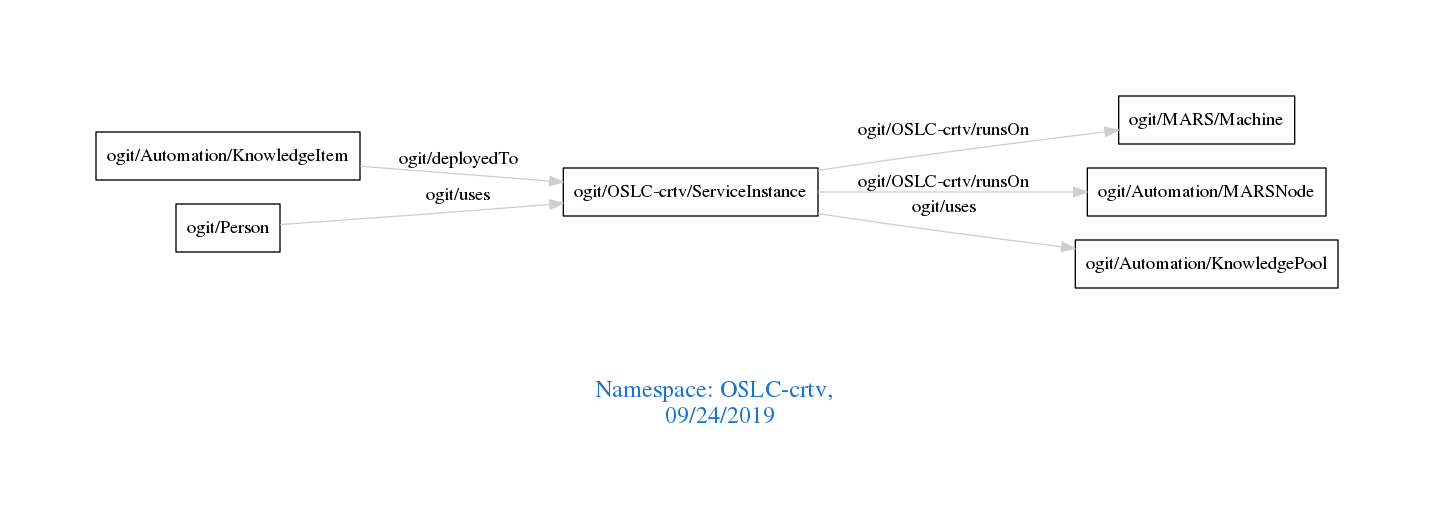
This is downloads/OSLC-crtv.png from arago/OGIT, a Graphviz export, as it was before one commit. Its source is kept beside it as downloads/OSLC-crtv.dot.
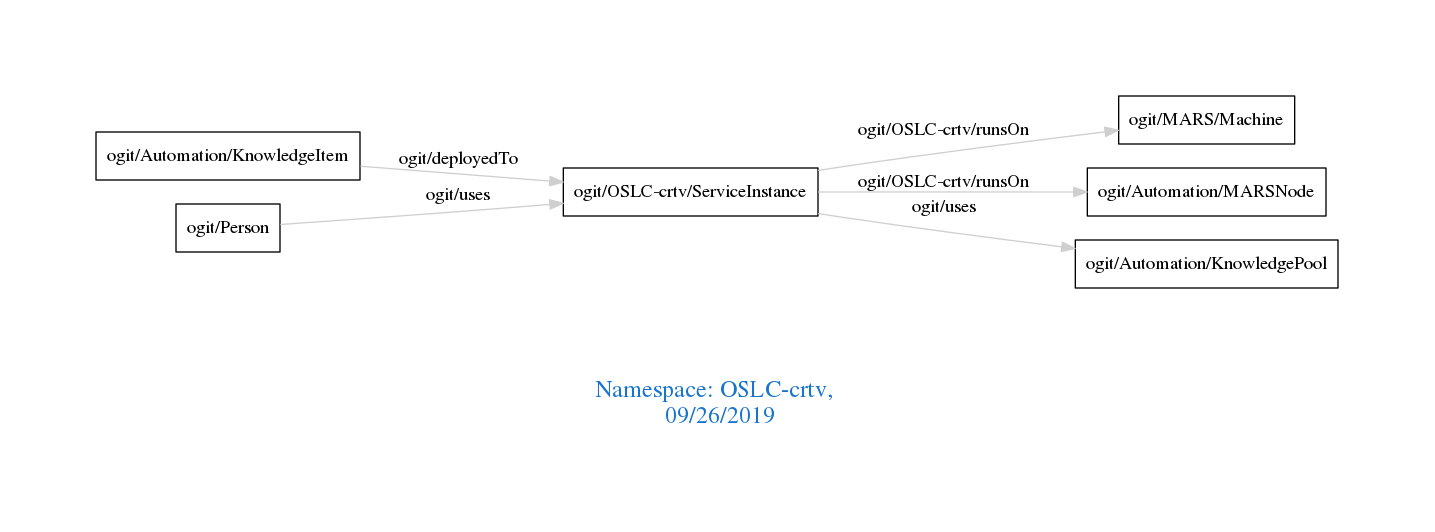
The same diagram one commit later.

The edit, as a diff of the source:
```diff
@@ -1,7 +1,7 @@
 digraph OGIT_ontology {
  graph [ rankdir= LR,pad=1
 fontsize = 18,
-fontcolor= dodgerblue3,label = "\n\n\nNamespace: OSLC-crtv, \n 09/24/2019"];
+fontcolor= dodgerblue3,label = "\n\n\nNamespace: OSLC-crtv, \n 09/26/2019"];
 node[shape=polygon];
 edge [  color="gray81"];
 
```
